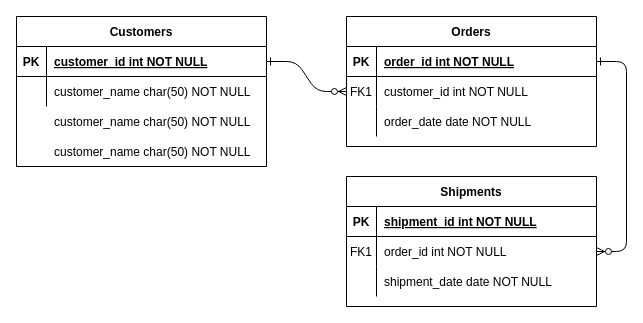
This is Jewelry sale at the store/Untitled Diagram.drawio from nghia46/My-Diagram, a draw.io file, before an edit. Source tidied: cells renumbered, new cells numbered last; positions are measured from the earlier drawing's top-left corner, leaving out a move shared by most shapes. Both pictures are drawn from the tidied source at 100%, with x=0, y=0 at pixel (16, 16).
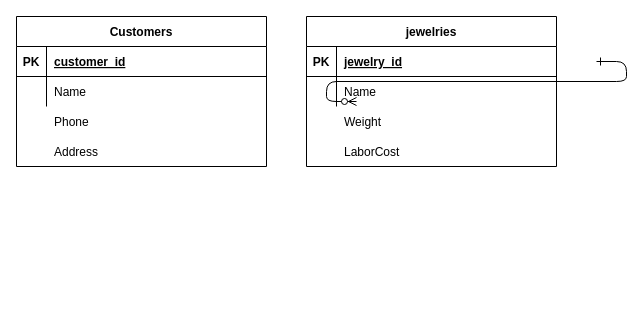
After the change.

The change refers to these unchanged cells:
```xml
<mxCell id="25" style="shape=partialRectangle;fillColor=none;points=[[0,0.5],[1,0.5]];portConstraint=eastwest;top=0;left=0;right=0;bottom=1;" parent="24" vertex="1">
  <mxGeometry y="30" width="250" height="30" as="geometry" />
</mxCell>
<mxCell id="28" style="shape=partialRectangle;fillColor=none;top=0;left=0;right=0;bottom=0;" parent="24" vertex="1">
  <mxGeometry y="60" width="250" height="30" as="geometry" />
</mxCell>
```

What changed in the source:
```diff
@@
-    <mxCell id="2" style="edgeStyle=entityRelationEdgeStyle;endArrow=ERzeroToMany;startArrow=ERone;endFill=1;startFill=0;" parent="1" edge="1" source="25" target="8">
-      <mxGeometry relative="1" as="geometry" />
-    </mxCell>
-    <mxCell id="3" style="edgeStyle=entityRelationEdgeStyle;endArrow=ERzeroToMany;startArrow=ERone;endFill=1;startFill=0;" parent="1" edge="1" source="5" target="18">
-      <mxGeometry relative="1" as="geometry" />
+    <mxCell id="3" style="edgeStyle=entityRelationEdgeStyle;endArrow=ERzeroToMany;startArrow=ERone;endFill=1;startFill=0;" parent="1" edge="1">
+      <mxGeometry relative="1" as="geometry">
+        <mxPoint x="580" y="45" as="sourcePoint" />
+        <mxPoint x="340" y="85" as="targetPoint" />
+      </mxGeometry>
     </mxCell>
-    <mxCell id="4" value="Orders" style="shape=table;startSize=30;childLayout=tableLayout;rowLines=0;fontStyle=1;align=center;" parent="1" vertex="1">
-      <mxGeometry x="330" width="250" height="130" as="geometry" />
-    </mxCell>
-    <mxCell id="5" style="shape=partialRectangle;fillColor=none;points=[[0,0.5],[1,0.5]];portConstraint=eastwest;top=0;left=0;right=0;bottom=1;" parent="4" vertex="1">
-      <mxGeometry y="30" width="250" height="30" as="geometry" />
-    </mxCell>
-    <mxCell id="6" value="PK" style="shape=partialRectangle;overflow=hidden;fillColor=none;top=0;left=0;bottom=0;right=0;fontStyle=1;" parent="5" vertex="1">
-      <mxGeometry width="30" height="30" as="geometry" />
-    </mxCell>
-    <mxCell id="7" value="order_id int NOT NULL " style="shape=partialRectangle;overflow=hidden;fillColor=none;top=0;left=0;bottom=0;right=0;align=left;spacingLeft=6;fontStyle=5;" parent="5" vertex="1">
-      <mxGeometry x="30" width="220" height="30" as="geometry" />
-    </mxCell>
-    <mxCell id="8" style="shape=partialRectangle;fillColor=none;points=[[0,0.5],[1,0.5]];portConstraint=eastwest;top=0;left=0;right=0;bottom=0;" parent="4" vertex="1">
-      <mxGeometry y="60" width="250" height="30" as="geometry" />
-    </mxCell>
-    <mxCell id="9" value="FK1" style="shape=partialRectangle;overflow=hidden;fillColor=none;top=0;left=0;bottom=0;right=0;" parent="8" vertex="1">
-      <mxGeometry width="30" height="30" as="geometry" />
-    </mxCell>
-    <mxCell id="10" value="customer_id int NOT NULL" style="shape=partialRectangle;overflow=hidden;fillColor=none;top=0;left=0;bottom=0;right=0;align=left;spacingLeft=6;" parent="8" vertex="1">
-      <mxGeometry x="30" width="220" height="30" as="geometry" />
-    </mxCell>
-    <mxCell id="11" style="shape=partialRectangle;fillColor=none;top=0;left=0;right=0;bottom=0;" parent="4" vertex="1">
-      <mxGeometry y="90" width="250" height="30" as="geometry" />
-    </mxCell>
-    <mxCell id="12" style="shape=partialRectangle;overflow=hidden;fillColor=none;top=0;left=0;bottom=0;right=0;" parent="11" vertex="1">
-      <mxGeometry width="30" height="30" as="geometry" />
-    </mxCell>
-    <mxCell id="13" value="order_date date NOT NULL" style="shape=partialRectangle;overflow=hidden;fillColor=none;top=0;left=0;bottom=0;right=0;align=left;spacingLeft=6;" parent="11" vertex="1">
-      <mxGeometry x="30" width="220" height="30" as="geometry" />
-    </mxCell>
-    <mxCell id="14" value="Shipments" style="shape=table;startSize=30;childLayout=tableLayout;rowLines=0;fontStyle=1;align=center;" parent="1" vertex="1">
-      <mxGeometry x="330" y="160" width="250" height="130" as="geometry" />
-    </mxCell>
-    <mxCell id="15" style="shape=partialRectangle;fillColor=none;top=0;left=0;right=0;bottom=1;" parent="14" vertex="1">
-      <mxGeometry y="30" width="250" height="30" as="geometry" />
-    </mxCell>
-    <mxCell id="16" value="PK" style="shape=partialRectangle;overflow=hidden;fillColor=none;top=0;left=0;bottom=0;right=0;fontStyle=1;" parent="15" vertex="1">
-      <mxGeometry width="30" height="30" as="geometry" />
-    </mxCell>
-    <mxCell id="17" value="shipment_id int NOT NULL " style="shape=partialRectangle;overflow=hidden;fillColor=none;top=0;left=0;bottom=0;right=0;align=left;spacingLeft=6;fontStyle=5;" parent="15" vertex="1">
-      <mxGeometry x="30" width="220" height="30" as="geometry" />
-    </mxCell>
-    <mxCell id="18" style="shape=partialRectangle;fillColor=none;points=[[0,0.5],[1,0.5]];portConstraint=eastwest;top=0;left=0;right=0;bottom=0;" parent="14" vertex="1">
-      <mxGeometry y="60" width="250" height="30" as="geometry" />
-    </mxCell>
-    <mxCell id="19" value="FK1" style="shape=partialRectangle;overflow=hidden;fillColor=none;top=0;left=0;bottom=0;right=0;" parent="18" vertex="1">
-      <mxGeometry width="30" height="30" as="geometry" />
-    </mxCell>
-    <mxCell id="20" value="order_id int NOT NULL" style="shape=partialRectangle;overflow=hidden;fillColor=none;top=0;left=0;bottom=0;right=0;align=left;spacingLeft=6;" parent="18" vertex="1">
-      <mxGeometry x="30" width="220" height="30" as="geometry" />
-    </mxCell>
-    <mxCell id="21" style="shape=partialRectangle;fillColor=none;top=0;left=0;right=0;bottom=0;" parent="14" vertex="1">
-      <mxGeometry y="90" width="250" height="30" as="geometry" />
-    </mxCell>
-    <mxCell id="22" style="shape=partialRectangle;overflow=hidden;fillColor=none;top=0;left=0;bottom=0;right=0;" parent="21" vertex="1">
-      <mxGeometry width="30" height="30" as="geometry" />
-    </mxCell>
-    <mxCell id="23" value="shipment_date date NOT NULL" style="shape=partialRectangle;overflow=hidden;fillColor=none;top=0;left=0;bottom=0;right=0;align=left;spacingLeft=6;" parent="21" vertex="1">
-      <mxGeometry x="30" width="220" height="30" as="geometry" />
-    </mxCell>
@@
-    <mxCell id="27" value="customer_id int NOT NULL " style="shape=partialRectangle;overflow=hidden;fillColor=none;top=0;left=0;bottom=0;right=0;align=left;spacingLeft=6;fontStyle=5;" parent="25" vertex="1">
+    <mxCell id="27" value="customer_id" style="shape=partialRectangle;overflow=hidden;fillColor=none;top=0;left=0;bottom=0;right=0;align=left;spacingLeft=6;fontStyle=5;" parent="25" vertex="1">
       <mxGeometry x="30" width="220" height="30" as="geometry" />
     </mxCell>
@@
-    <mxCell id="30" value="customer_name char(50) NOT NULL" style="shape=partialRectangle;overflow=hidden;fillColor=none;top=0;left=0;bottom=0;right=0;align=left;spacingLeft=6;" parent="28" vertex="1">
+    <mxCell id="30" value="Name" style="shape=partialRectangle;overflow=hidden;fillColor=none;top=0;left=0;bottom=0;right=0;align=left;spacingLeft=6;" parent="28" vertex="1">
       <mxGeometry x="30" width="220" height="30" as="geometry" />
     </mxCell>
-    <mxCell id="31" value="customer_name char(50) NOT NULL" style="shape=partialRectangle;overflow=hidden;fillColor=none;top=0;left=0;bottom=0;right=0;align=left;spacingLeft=6;" parent="1" vertex="1">
+    <mxCell id="31" value="Phone" style="shape=partialRectangle;overflow=hidden;fillColor=none;top=0;left=0;bottom=0;right=0;align=left;spacingLeft=6;" parent="1" vertex="1">
       <mxGeometry x="30" y="90" width="220" height="30" as="geometry" />
     </mxCell>
-    <mxCell id="32" value="customer_name char(50) NOT NULL" style="shape=partialRectangle;overflow=hidden;fillColor=none;top=0;left=0;bottom=0;right=0;align=left;spacingLeft=6;" parent="1" vertex="1">
+    <mxCell id="32" value="Address" style="shape=partialRectangle;overflow=hidden;fillColor=none;top=0;left=0;bottom=0;right=0;align=left;spacingLeft=6;" parent="1" vertex="1">
       <mxGeometry x="30" y="120" width="220" height="30" as="geometry" />
     </mxCell>
@@
+    <mxCell id="35" value="jewelries" style="shape=table;startSize=30;childLayout=tableLayout;rowLines=0;fontStyle=1;align=center;" parent="1" vertex="1">
+      <mxGeometry x="290" width="250" height="150" as="geometry" />
+    </mxCell>
+    <mxCell id="36" style="shape=partialRectangle;fillColor=none;top=0;left=0;right=0;bottom=1;" parent="35" vertex="1">
+      <mxGeometry y="30" width="250" height="30" as="geometry" />
+    </mxCell>
+    <mxCell id="37" value="PK" style="shape=partialRectangle;overflow=hidden;fillColor=none;top=0;left=0;bottom=0;right=0;fontStyle=1;" parent="36" vertex="1">
+      <mxGeometry width="30" height="30" as="geometry" />
+    </mxCell>
+    <mxCell id="38" value="jewelry_id" style="shape=partialRectangle;overflow=hidden;fillColor=none;top=0;left=0;bottom=0;right=0;align=left;spacingLeft=6;fontStyle=5;" parent="36" vertex="1">
+      <mxGeometry x="30" width="220" height="30" as="geometry" />
+    </mxCell>
+    <mxCell id="39" style="shape=partialRectangle;fillColor=none;top=0;left=0;right=0;bottom=0;" parent="35" vertex="1">
+      <mxGeometry y="60" width="250" height="30" as="geometry" />
+    </mxCell>
+    <mxCell id="40" style="shape=partialRectangle;overflow=hidden;fillColor=none;top=0;left=0;bottom=0;right=0;" parent="39" vertex="1">
+      <mxGeometry width="30" height="30" as="geometry" />
+    </mxCell>
+    <mxCell id="41" value="Name" style="shape=partialRectangle;overflow=hidden;fillColor=none;top=0;left=0;bottom=0;right=0;align=left;spacingLeft=6;" parent="39" vertex="1">
+      <mxGeometry x="30" width="220" height="30" as="geometry" />
+    </mxCell>
+    <mxCell id="42" style="shape=partialRectangle;overflow=hidden;fillColor=none;top=0;left=0;bottom=0;right=0;" parent="1" vertex="1">
+      <mxGeometry x="290" y="90" width="30" height="30" as="geometry" />
+    </mxCell>
+    <mxCell id="43" value="Weight " style="shape=partialRectangle;overflow=hidden;fillColor=none;top=0;left=0;bottom=0;right=0;align=left;spacingLeft=6;" parent="1" vertex="1">
+      <mxGeometry x="320" y="90" width="220" height="30" as="geometry" />
+    </mxCell>
+    <mxCell id="44" style="shape=partialRectangle;overflow=hidden;fillColor=none;top=0;left=0;bottom=0;right=0;" parent="1" vertex="1">
+      <mxGeometry x="290" y="120" width="30" height="30" as="geometry" />
+    </mxCell>
+    <mxCell id="45" value="LaborCost" style="shape=partialRectangle;overflow=hidden;fillColor=none;top=0;left=0;bottom=0;right=0;align=left;spacingLeft=6;" parent="1" vertex="1">
+      <mxGeometry x="320" y="120" width="220" height="30" as="geometry" />
+    </mxCell>
```
